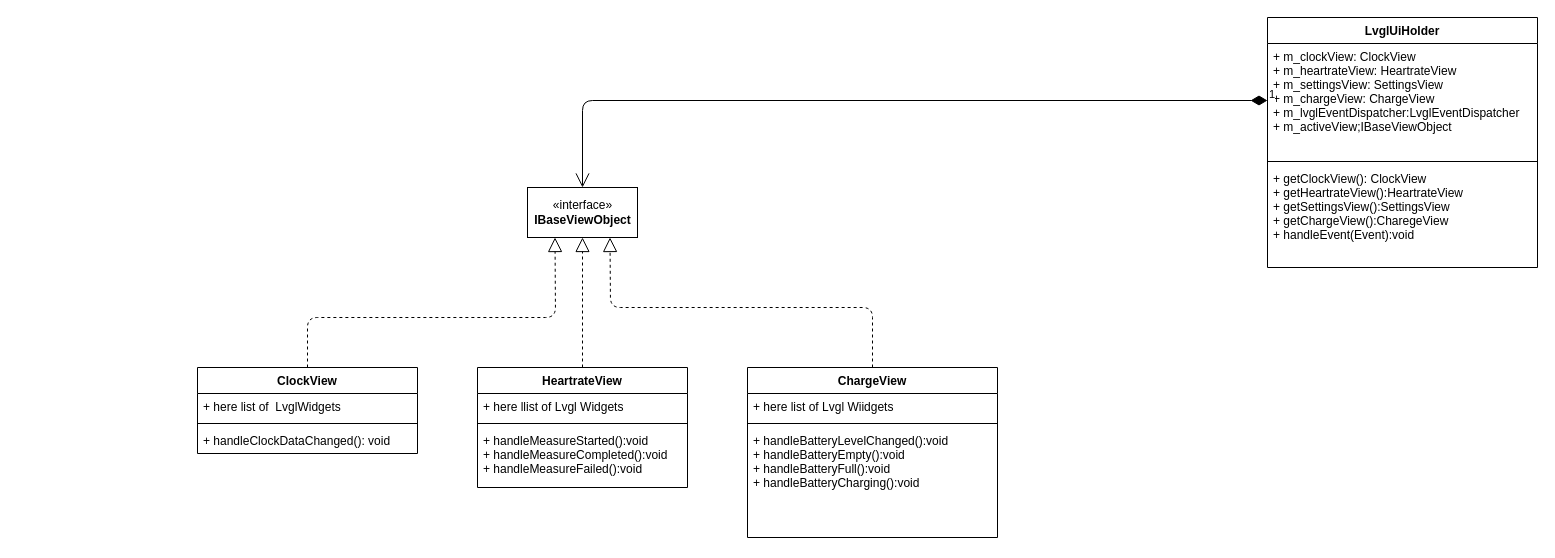
Before: Docs/LvglWidgetsDiagram.drawio in ValentiWorkLearning/GradWork, a draw.io diagram. Source tidied: cells renumbered, new cells numbered last; positions are measured from the earlier drawing's top-left corner, leaving out a move shared by most shapes. Both pictures are drawn from the tidied source at 100%, with x=0, y=0 at pixel (197, 17).
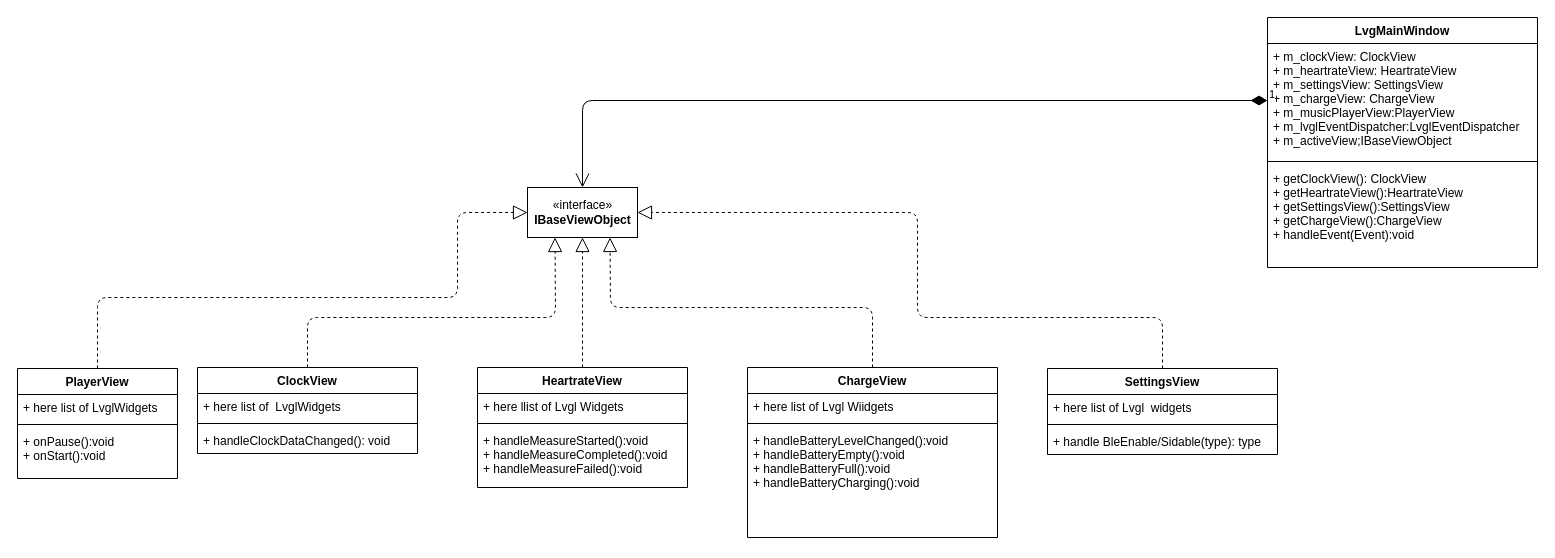
Above is the later version.

The change refers to these unchanged cells:
```xml
<mxCell id="18" value="«interface»&lt;br&gt;&lt;b&gt;IBaseViewObject&lt;/b&gt;" style="html=1;" parent="1" vertex="1">
  <mxGeometry x="330" y="170" width="110" height="50" as="geometry" />
</mxCell>
```

What changed in the source:
```diff
@@
-    <mxCell id="2" value="LvglUiHolder" style="swimlane;fontStyle=1;align=center;verticalAlign=top;horizontal=1;startSize=26;" parent="1" vertex="1">
+    <mxCell id="2" value="LvgMainWindow" style="swimlane;fontStyle=1;align=center;verticalAlign=top;horizontal=1;startSize=26;" parent="1" vertex="1">
       <mxGeometry x="1070" width="270" height="250" as="geometry" />
     </mxCell>
-    <mxCell id="3" value="+ m_clockView: ClockView&#10;+ m_heartrateView: HeartrateView&#10;+ m_settingsView: SettingsView&#10;+ m_chargeView: ChargeView&#10;+ m_lvglEventDispatcher:LvglEventDispatcher&#10;+ m_activeView;IBaseViewObject" style="text;strokeColor=none;fillColor=none;align=left;verticalAlign=top;spacingLeft=4;spacingRight=4;overflow=hidden;points=[[0,0.5],[1,0.5]];portConstraint=eastwest;" parent="2" vertex="1">
+    <mxCell id="3" value="+ m_clockView: ClockView&#10;+ m_heartrateView: HeartrateView&#10;+ m_settingsView: SettingsView&#10;+ m_chargeView: ChargeView&#10;+ m_musicPlayerView:PlayerView&#10;+ m_lvglEventDispatcher:LvglEventDispatcher&#10;+ m_activeView;IBaseViewObject" style="text;strokeColor=none;fillColor=none;align=left;verticalAlign=top;spacingLeft=4;spacingRight=4;overflow=hidden;points=[[0,0.5],[1,0.5]];portConstraint=eastwest;" parent="2" vertex="1">
       <mxGeometry y="26" width="270" height="114" as="geometry" />
     </mxCell>
@@
-    <mxCell id="5" value="+ getClockView(): ClockView&#10;+ getHeartrateView():HeartrateView&#10;+ getSettingsView():SettingsView&#10;+ getChargeView():CharegeView&#10;+ handleEvent(Event):void&#10;" style="text;strokeColor=none;fillColor=none;align=left;verticalAlign=top;spacingLeft=4;spacingRight=4;overflow=hidden;" parent="2" vertex="1">
+    <mxCell id="5" value="+ getClockView(): ClockView&#10;+ getHeartrateView():HeartrateView&#10;+ getSettingsView():SettingsView&#10;+ getChargeView():ChargeView&#10;+ handleEvent(Event):void&#10;" style="text;strokeColor=none;fillColor=none;align=left;verticalAlign=top;spacingLeft=4;spacingRight=4;overflow=hidden;" parent="2" vertex="1">
       <mxGeometry y="148" width="270" height="102" as="geometry" />
     </mxCell>
@@
+    <mxCell id="23" value="SettingsView" style="swimlane;fontStyle=1;align=center;verticalAlign=top;horizontal=1;startSize=26;" parent="1" vertex="1">
+      <mxGeometry x="850" y="351" width="230" height="86" as="geometry" />
+    </mxCell>
+    <mxCell id="24" value="+ here list of Lvgl  widgets" style="text;strokeColor=none;fillColor=none;align=left;verticalAlign=top;spacingLeft=4;spacingRight=4;overflow=hidden;" parent="23" vertex="1">
+      <mxGeometry y="26" width="230" height="26" as="geometry" />
+    </mxCell>
+    <mxCell id="25" style="line;strokeWidth=1;fillColor=none;align=left;verticalAlign=middle;spacingTop=-1;spacingLeft=3;spacingRight=3;labelPosition=right;" parent="23" vertex="1">
+      <mxGeometry y="52" width="230" height="8" as="geometry" />
+    </mxCell>
+    <mxCell id="26" value="+ handle BleEnable/Sidable(type): type" style="text;strokeColor=none;fillColor=none;align=left;verticalAlign=top;spacingLeft=4;spacingRight=4;overflow=hidden;" parent="23" vertex="1">
+      <mxGeometry y="60" width="230" height="26" as="geometry" />
+    </mxCell>
+    <mxCell id="27" style="endArrow=block;dashed=1;endFill=0;endSize=12;html=1;entryX=1;entryY=0.5;entryDx=0;entryDy=0;exitX=0.5;exitY=0;exitDx=0;exitDy=0;" parent="1" edge="1" source="23" target="18">
+      <mxGeometry relative="1" as="geometry">
+        <Array as="points">
+          <mxPoint x="965" y="300" />
+          <mxPoint x="720" y="300" />
+          <mxPoint x="720" y="195" />
+        </Array>
+      </mxGeometry>
+    </mxCell>
+    <mxCell id="28" value="PlayerView" style="swimlane;fontStyle=1;align=center;verticalAlign=top;horizontal=1;startSize=26;" parent="1" vertex="1">
+      <mxGeometry x="-180" y="351" width="160" height="110" as="geometry" />
+    </mxCell>
+    <mxCell id="29" value="+ here list of LvglWidgets" style="text;strokeColor=none;fillColor=none;align=left;verticalAlign=top;spacingLeft=4;spacingRight=4;overflow=hidden;" parent="28" vertex="1">
+      <mxGeometry y="26" width="160" height="26" as="geometry" />
+    </mxCell>
+    <mxCell id="30" style="line;strokeWidth=1;fillColor=none;align=left;verticalAlign=middle;spacingTop=-1;spacingLeft=3;spacingRight=3;labelPosition=right;" parent="28" vertex="1">
+      <mxGeometry y="52" width="160" height="8" as="geometry" />
+    </mxCell>
+    <mxCell id="31" value="+ onPause():void&#10;+ onStart():void&#10;" style="text;strokeColor=none;fillColor=none;align=left;verticalAlign=top;spacingLeft=4;spacingRight=4;overflow=hidden;" parent="28" vertex="1">
+      <mxGeometry y="60" width="160" height="50" as="geometry" />
+    </mxCell>
+    <mxCell id="32" style="endArrow=block;dashed=1;endFill=0;endSize=12;html=1;entryX=0;entryY=0.5;entryDx=0;entryDy=0;exitX=0.5;exitY=0;exitDx=0;exitDy=0;" parent="1" edge="1" source="28" target="18">
+      <mxGeometry relative="1" as="geometry">
+        <Array as="points">
+          <mxPoint x="-100" y="280" />
+          <mxPoint x="260" y="280" />
+          <mxPoint x="260" y="195" />
+        </Array>
+      </mxGeometry>
+    </mxCell>
```
